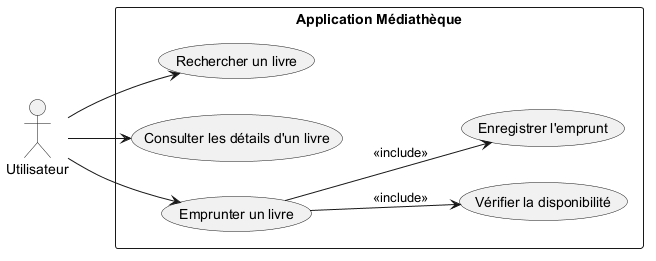
The PlantUML diagram DIAGRAMME/DUtil_Emprunter_Livre.png in k1znoz/Mediatheque_CDA, before a commit.
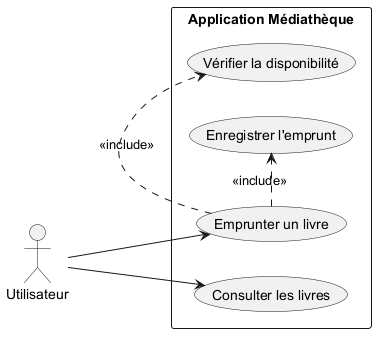
The same diagram one commit later.

Diff of the diagram source:
```diff
@@ -1,22 +1,24 @@
 @startuml
 left to right direction
 
-actor "Utilisateur" as User
+actor Utilisateur
 
 rectangle "Application Médiathèque" {
 
-    usecase "Rechercher un livre" as UC1
-    usecase "Consulter les détails d'un livre" as UC2
-    usecase "Emprunter un livre" as UC3
-    usecase "Vérifier la disponibilité" as UC4
-    usecase "Enregistrer l'emprunt" as UC5
+    usecase "Consulter les livres" as UC1
 
-    UC3 --> UC4 : <<include>>
-    UC3 --> UC5 : <<include>>
+    usecase "Emprunter un livre" as UC2
+
+    usecase "Vérifier la disponibilité" as UC3
+
+    usecase "Enregistrer l'emprunt" as UC4
+
 }
 
-User --> UC1
-User --> UC2
-User --> UC3
+Utilisateur --> UC1
+Utilisateur --> UC2
+
+UC2 .> UC3 : <<include>>
+UC2 .> UC4 : <<include>>
 
 @enduml
```
